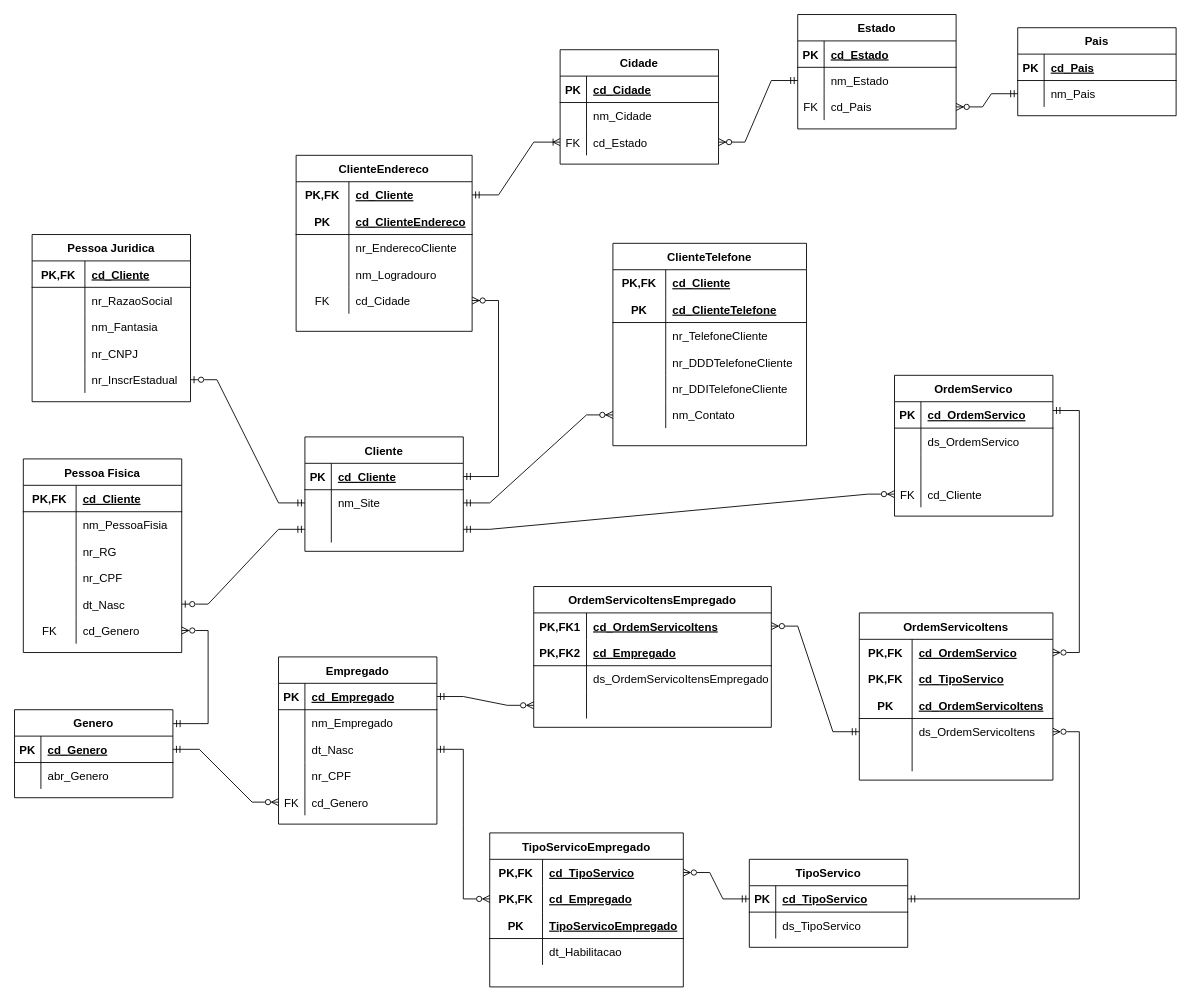
This is page "Page-1" (1 of 2) of LicaoModelagemDados10/05.drawio from Carolina-Silva/BD, a draw.io file, before an edit. Source tidied: cells renumbered, new cells numbered last; positions are measured from the earlier drawing's top-left corner, leaving out a move shared by most shapes. Both pictures are drawn from the tidied source at 88%, with x=0, y=0 at pixel (14, 14).
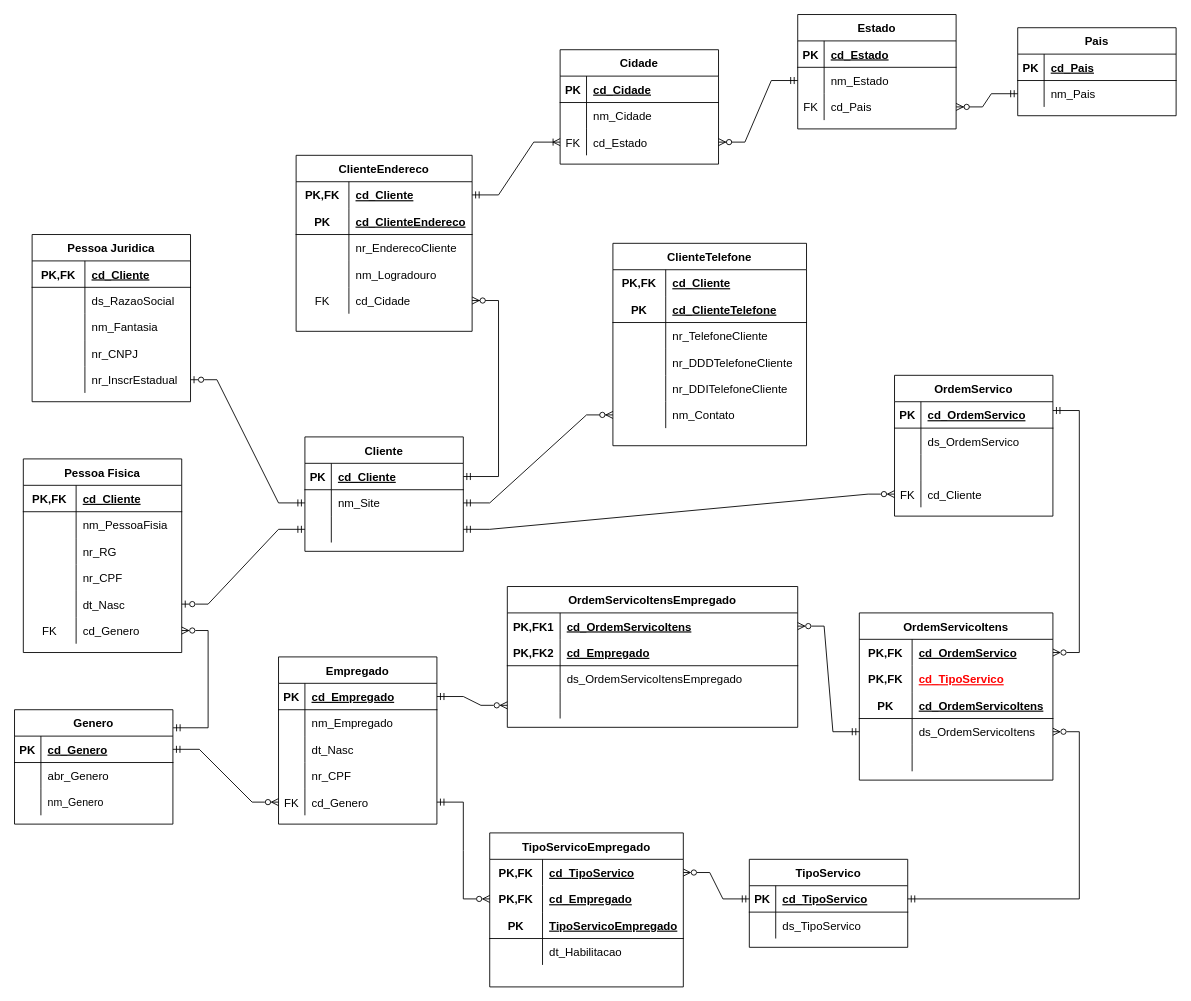
After the change.

Unchanged cells that the change refers to:
```xml
<mxCell id="9" style="shape=tableRow;horizontal=0;startSize=0;swimlaneHead=0;swimlaneBody=0;fillColor=none;points=[[0,0.5],[1,0.5]];portConstraint=eastwest;top=0;left=0;right=0;bottom=0;fontColor=#000000;fontSize=13;" parent="2" vertex="1">
  <mxGeometry y="90" width="180" height="30" as="geometry" />
</mxCell>
<mxCell id="15" style="shape=tableRow;horizontal=0;startSize=0;swimlaneHead=0;swimlaneBody=0;fillColor=none;points=[[0,0.5],[1,0.5]];portConstraint=eastwest;top=0;left=0;right=0;bottom=0;fontColor=#000000;fontSize=13;" parent="2" vertex="1">
  <mxGeometry y="150" width="180" height="30" as="geometry" />
</mxCell>
<mxCell id="32" style="shape=tableRow;horizontal=0;startSize=0;swimlaneHead=0;swimlaneBody=0;fillColor=none;top=0;left=0;right=0;bottom=0;fontColor=#000000;fontSize=13;" parent="28" vertex="1">
  <mxGeometry y="60" width="180" height="30" as="geometry" />
</mxCell>
<mxCell id="78" style="shape=tableRow;horizontal=0;startSize=0;swimlaneHead=0;swimlaneBody=0;fillColor=none;points=[[0,0.5],[1,0.5]];portConstraint=eastwest;top=0;left=0;right=0;bottom=0;fontColor=#000000;fontSize=13;" parent="74" vertex="1">
  <mxGeometry y="60" width="220" height="30" as="geometry" />
</mxCell>
<mxCell id="114" style="shape=tableRow;horizontal=0;startSize=0;swimlaneHead=0;swimlaneBody=0;fillColor=none;top=0;left=0;right=0;bottom=0;fontColor=#000000;fontSize=13;" parent="110" vertex="1">
  <mxGeometry y="60" width="220" height="30" as="geometry" />
</mxCell>
```

The edit, as a diff of the source:
```diff
@@
-    <mxCell id="34" value="nr_RazaoSocial" style="shape=partialRectangle;fillColor=none;top=0;left=0;bottom=0;right=0;align=left;spacingLeft=6;overflow=hidden;fontColor=#000000;fontSize=13;" parent="32" vertex="1">
+    <mxCell id="34" value="ds_RazaoSocial" style="shape=partialRectangle;fillColor=none;top=0;left=0;bottom=0;right=0;align=left;spacingLeft=6;overflow=hidden;fontColor=#000000;fontSize=13;" parent="32" vertex="1">
       <mxGeometry x="60" width="120" height="30" as="geometry" />
     </mxCell>
@@
     <mxCell id="65" value="Genero" style="shape=table;startSize=30;childLayout=tableLayout;rowLines=0;fontStyle=1;align=center;fontColor=#000000;fontSize=13;" parent="1" vertex="1">
-      <mxGeometry y="790" width="180" height="100" as="geometry" />
+      <mxGeometry y="790" width="180" height="130" as="geometry" />
     </mxCell>
@@
+    <mxCell id="210" style="shape=tableRow;horizontal=0;startSize=0;swimlaneHead=0;swimlaneBody=0;fillColor=none;top=0;left=0;right=0;bottom=0;" parent="65" vertex="1">
+      <mxGeometry y="90" width="180" height="30" as="geometry" />
+    </mxCell>
+    <mxCell id="211" style="shape=partialRectangle;fillColor=none;top=0;left=0;bottom=0;right=0;overflow=hidden;" parent="210" vertex="1">
+      <mxGeometry width="30" height="30" as="geometry" />
+    </mxCell>
+    <mxCell id="212" value="nm_Genero" style="shape=partialRectangle;fillColor=none;top=0;left=0;bottom=0;right=0;align=left;spacingLeft=6;overflow=hidden;" parent="210" vertex="1">
+      <mxGeometry x="30" width="150" height="30" as="geometry" />
+    </mxCell>
@@
-    <mxCell id="94" style="edgeStyle=entityRelationEdgeStyle;fontSize=13;html=1;endArrow=ERzeroToMany;startArrow=ERmandOne;rounded=0;entryX=0;entryY=0.5;entryDx=0;entryDy=0;exitX=1;exitY=0.5;exitDx=0;exitDy=0;endFill=0;fontColor=#000000;" parent="1" edge="1" source="9" target="78">
+    <mxCell id="94" style="edgeStyle=entityRelationEdgeStyle;fontSize=13;html=1;endArrow=ERzeroToMany;startArrow=ERmandOne;rounded=0;entryX=0;entryY=0.5;entryDx=0;entryDy=0;exitX=1;exitY=0.5;exitDx=0;exitDy=0;endFill=0;fontColor=#000000;" parent="1" edge="1" source="15" target="78">
       <mxGeometry relative="1" as="geometry" />
     </mxCell>
@@
-    <mxCell id="116" value="cd_TipoServico" style="shape=partialRectangle;fillColor=none;top=0;left=0;bottom=0;right=0;align=left;spacingLeft=6;overflow=hidden;fontStyle=5;fontColor=#000000;fontSize=13;" parent="114" vertex="1">
+    <mxCell id="116" value="cd_TipoServico" style="shape=partialRectangle;fillColor=none;top=0;left=0;bottom=0;right=0;align=left;spacingLeft=6;overflow=hidden;fontStyle=5;fontColor=#FF0000;fontSize=13;" parent="114" vertex="1">
       <mxGeometry x="60" width="160" height="30" as="geometry" />
     </mxCell>
@@
     <mxCell id="126" value="OrdemServicoItensEmpregado" style="shape=table;startSize=30;childLayout=tableLayout;rowLines=0;fontStyle=1;align=center;fontColor=#000000;fontSize=13;" parent="1" vertex="1">
-      <mxGeometry x="590" y="650" width="270" height="160" as="geometry" />
+      <mxGeometry x="560" y="650" width="330" height="160" as="geometry" />
     </mxCell>
     <mxCell id="127" style="shape=tableRow;horizontal=0;startSize=0;swimlaneHead=0;swimlaneBody=0;fillColor=none;points=[[0,0.5],[1,0.5]];portConstraint=eastwest;top=0;left=0;right=0;bottom=0;fontColor=#000000;fontSize=13;" parent="126" vertex="1">
-      <mxGeometry y="30" width="270" height="30" as="geometry" />
+      <mxGeometry y="30" width="330" height="30" as="geometry" />
     </mxCell>
@@
     <mxCell id="129" value="cd_OrdemServicoItens" style="shape=partialRectangle;fillColor=none;top=0;left=0;bottom=0;right=0;align=left;spacingLeft=6;fontStyle=5;overflow=hidden;fontColor=#000000;fontSize=13;" parent="127" vertex="1">
-      <mxGeometry x="60" width="210" height="30" as="geometry" />
+      <mxGeometry x="60" width="270" height="30" as="geometry" />
     </mxCell>
     <mxCell id="130" style="shape=tableRow;horizontal=0;startSize=0;swimlaneHead=0;swimlaneBody=0;fillColor=none;top=0;left=0;right=0;bottom=1;fontColor=#000000;fontSize=13;" parent="126" vertex="1">
-      <mxGeometry y="60" width="270" height="30" as="geometry" />
+      <mxGeometry y="60" width="330" height="30" as="geometry" />
     </mxCell>
@@
     <mxCell id="132" value="cd_Empregado" style="shape=partialRectangle;fillColor=none;top=0;left=0;bottom=0;right=0;align=left;spacingLeft=6;fontStyle=5;overflow=hidden;fontColor=#000000;fontSize=13;" parent="130" vertex="1">
-      <mxGeometry x="60" width="210" height="30" as="geometry" />
+      <mxGeometry x="60" width="270" height="30" as="geometry" />
     </mxCell>
     <mxCell id="133" style="shape=tableRow;horizontal=0;startSize=0;swimlaneHead=0;swimlaneBody=0;fillColor=none;top=0;left=0;right=0;bottom=0;fontColor=#000000;fontSize=13;" parent="126" vertex="1">
-      <mxGeometry y="90" width="270" height="30" as="geometry" />
+      <mxGeometry y="90" width="330" height="30" as="geometry" />
     </mxCell>
@@
     <mxCell id="135" value="ds_OrdemServicoItensEmpregado" style="shape=partialRectangle;fillColor=none;top=0;left=0;bottom=0;right=0;align=left;spacingLeft=6;overflow=hidden;fontColor=#000000;fontSize=13;" parent="133" vertex="1">
-      <mxGeometry x="60" width="210" height="30" as="geometry" />
+      <mxGeometry x="60" width="270" height="30" as="geometry" />
     </mxCell>
     <mxCell id="136" style="shape=tableRow;horizontal=0;startSize=0;swimlaneHead=0;swimlaneBody=0;fillColor=none;points=[[0,0.5],[1,0.5]];portConstraint=eastwest;top=0;left=0;right=0;bottom=0;fontColor=#000000;fontSize=13;" parent="126" vertex="1">
-      <mxGeometry y="120" width="270" height="30" as="geometry" />
+      <mxGeometry y="120" width="330" height="30" as="geometry" />
     </mxCell>
@@
     <mxCell id="138" style="shape=partialRectangle;fillColor=none;top=0;left=0;bottom=0;right=0;align=left;spacingLeft=6;overflow=hidden;fontColor=#000000;fontSize=13;" parent="136" vertex="1">
-      <mxGeometry x="60" width="210" height="30" as="geometry" />
+      <mxGeometry x="60" width="270" height="30" as="geometry" />
     </mxCell>
```
